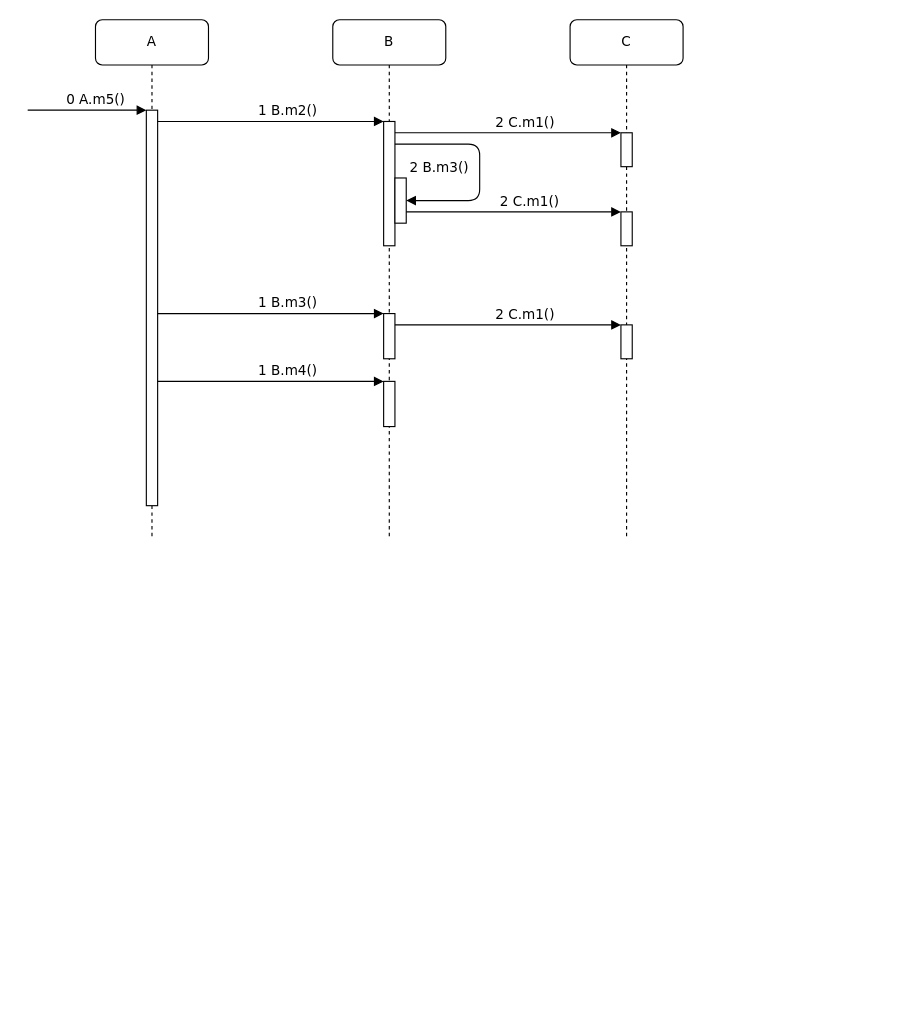
Earlier version of the draw.io diagram page "Página-7" (7 of 7) of diagrama de sequencia do sistema.drawio (LuizGustavoNascimeto/draw.io). Source tidied: cells renumbered, new cells numbered last; positions are measured from the earlier drawing's top-left corner, leaving out a move shared by most shapes. Both pictures are drawn from the tidied source at 113%, with x=0, y=0 at pixel (27, 19).
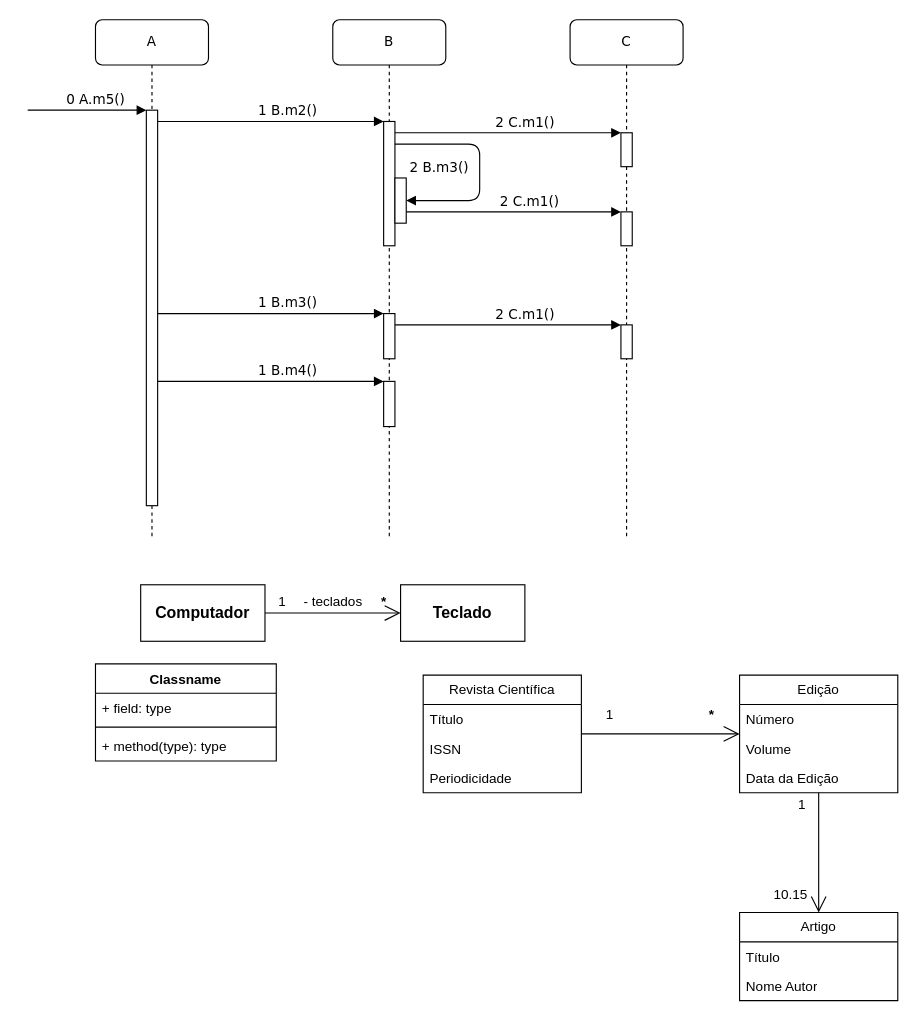
The same page after the edit.

The edit, as a diff of the source:
```diff
@@
+    <mxCell id="21" value="&lt;h3&gt;Teclado&lt;/h3&gt;" style="html=1;whiteSpace=wrap;" parent="1" vertex="1">
+      <mxGeometry x="330" y="500" width="110" height="50" as="geometry" />
+    </mxCell>
+    <mxCell id="22" value="&lt;h3&gt;Computador&lt;/h3&gt;" style="html=1;whiteSpace=wrap;" parent="1" vertex="1">
+      <mxGeometry x="100" y="500" width="110" height="50" as="geometry" />
+    </mxCell>
+    <mxCell id="23" style="group;" parent="1" vertex="1">
+      <mxGeometry x="210" y="500" width="120" height="30" as="geometry" />
+    </mxCell>
+    <mxCell id="24" style="endArrow=open;endFill=1;endSize=12;html=1;rounded=0;" parent="23" edge="1" source="22" target="21">
+      <mxGeometry relative="1" as="geometry" />
+    </mxCell>
+    <mxCell id="25" value="&lt;div align=&quot;center&quot;&gt;&lt;b&gt;*&lt;/b&gt;&lt;/div&gt;" style="text;html=1;align=center;verticalAlign=middle;strokeColor=none;fillColor=none;" parent="23" vertex="1">
+      <mxGeometry x="90" width="30" height="30" as="geometry" />
+    </mxCell>
+    <mxCell id="26" value="1" style="text;html=1;align=center;verticalAlign=middle;strokeColor=none;fillColor=none;" parent="23" vertex="1">
+      <mxGeometry width="30" height="30" as="geometry" />
+    </mxCell>
+    <mxCell id="27" value="&lt;div&gt;- teclados&lt;/div&gt;" style="text;html=1;align=center;verticalAlign=middle;strokeColor=none;fillColor=none;" parent="23" vertex="1">
+      <mxGeometry x="20" width="80" height="30" as="geometry" />
+    </mxCell>
+    <mxCell id="28" value="Revista Científica" style="swimlane;fontStyle=0;horizontal=1;startSize=26;fillColor=none;whiteSpace=wrap;html=1;" parent="1" vertex="1">
+      <mxGeometry x="350" y="580" width="140" height="104" as="geometry" />
+    </mxCell>
+    <mxCell id="29" value="Título" style="text;strokeColor=none;fillColor=none;align=left;verticalAlign=top;spacingLeft=4;spacingRight=4;overflow=hidden;whiteSpace=wrap;html=1;" parent="28" vertex="1">
+      <mxGeometry y="26" width="140" height="26" as="geometry" />
+    </mxCell>
+    <mxCell id="30" value="ISSN" style="text;strokeColor=none;fillColor=none;align=left;verticalAlign=top;spacingLeft=4;spacingRight=4;overflow=hidden;whiteSpace=wrap;html=1;" parent="28" vertex="1">
+      <mxGeometry y="52" width="140" height="26" as="geometry" />
+    </mxCell>
+    <mxCell id="31" value="Periodicidade" style="text;strokeColor=none;fillColor=none;align=left;verticalAlign=top;spacingLeft=4;spacingRight=4;overflow=hidden;whiteSpace=wrap;html=1;" parent="28" vertex="1">
+      <mxGeometry y="78" width="140" height="26" as="geometry" />
+    </mxCell>
+    <mxCell id="32" value="Classname" style="swimlane;fontStyle=1;align=center;verticalAlign=top;horizontal=1;startSize=26;whiteSpace=wrap;html=1;" parent="1" vertex="1">
+      <mxGeometry x="60" y="570" width="160" height="86" as="geometry" />
+    </mxCell>
+    <mxCell id="33" value="+ field: type" style="text;strokeColor=none;fillColor=none;align=left;verticalAlign=top;spacingLeft=4;spacingRight=4;overflow=hidden;whiteSpace=wrap;html=1;" parent="32" vertex="1">
+      <mxGeometry y="26" width="160" height="26" as="geometry" />
+    </mxCell>
+    <mxCell id="34" style="line;strokeWidth=1;fillColor=none;align=left;verticalAlign=middle;spacingTop=-1;spacingLeft=3;spacingRight=3;labelPosition=right;strokeColor=inherit;" parent="32" vertex="1">
+      <mxGeometry y="52" width="160" height="8" as="geometry" />
+    </mxCell>
+    <mxCell id="35" value="+ method(type): type" style="text;strokeColor=none;fillColor=none;align=left;verticalAlign=top;spacingLeft=4;spacingRight=4;overflow=hidden;whiteSpace=wrap;html=1;" parent="32" vertex="1">
+      <mxGeometry y="60" width="160" height="26" as="geometry" />
+    </mxCell>
+    <mxCell id="36" value="&lt;div&gt;Edição&lt;/div&gt;" style="swimlane;fontStyle=0;horizontal=1;startSize=26;fillColor=none;whiteSpace=wrap;html=1;" parent="1" vertex="1">
+      <mxGeometry x="630" y="580" width="140" height="104" as="geometry" />
+    </mxCell>
+    <mxCell id="37" value="Número" style="text;strokeColor=none;fillColor=none;align=left;verticalAlign=top;spacingLeft=4;spacingRight=4;overflow=hidden;whiteSpace=wrap;html=1;" parent="36" vertex="1">
+      <mxGeometry y="26" width="140" height="26" as="geometry" />
+    </mxCell>
+    <mxCell id="38" value="Volume" style="text;strokeColor=none;fillColor=none;align=left;verticalAlign=top;spacingLeft=4;spacingRight=4;overflow=hidden;whiteSpace=wrap;html=1;" parent="36" vertex="1">
+      <mxGeometry y="52" width="140" height="26" as="geometry" />
+    </mxCell>
+    <mxCell id="39" value="Data da Edição" style="text;strokeColor=none;fillColor=none;align=left;verticalAlign=top;spacingLeft=4;spacingRight=4;overflow=hidden;whiteSpace=wrap;html=1;" parent="36" vertex="1">
+      <mxGeometry y="78" width="140" height="26" as="geometry" />
+    </mxCell>
+    <mxCell id="40" style="group;" parent="1" vertex="1">
+      <mxGeometry x="500" y="600" width="120" height="35" as="geometry" />
+    </mxCell>
+    <mxCell id="41" value="&lt;div align=&quot;center&quot;&gt;&lt;b&gt;*&lt;/b&gt;&lt;/div&gt;" style="text;html=1;align=center;verticalAlign=middle;strokeColor=none;fillColor=none;" parent="40" vertex="1">
+      <mxGeometry x="90" width="30" height="30" as="geometry" />
+    </mxCell>
+    <mxCell id="42" value="1" style="text;html=1;align=center;verticalAlign=middle;strokeColor=none;fillColor=none;" parent="40" vertex="1">
+      <mxGeometry width="30" height="30" as="geometry" />
+    </mxCell>
+    <mxCell id="43" style="endArrow=open;endFill=1;endSize=12;html=1;rounded=0;" parent="1" edge="1" source="28" target="36">
+      <mxGeometry relative="1" as="geometry" />
+    </mxCell>
+    <mxCell id="44" value="Artigo" style="swimlane;fontStyle=0;horizontal=1;startSize=26;fillColor=none;whiteSpace=wrap;html=1;" parent="1" vertex="1">
+      <mxGeometry x="630" y="790" width="140" height="78" as="geometry" />
+    </mxCell>
+    <mxCell id="45" value="Título" style="text;strokeColor=none;fillColor=none;align=left;verticalAlign=top;spacingLeft=4;spacingRight=4;overflow=hidden;whiteSpace=wrap;html=1;" parent="44" vertex="1">
+      <mxGeometry y="26" width="140" height="26" as="geometry" />
+    </mxCell>
+    <mxCell id="46" value="Nome Autor" style="text;strokeColor=none;fillColor=none;align=left;verticalAlign=top;spacingLeft=4;spacingRight=4;overflow=hidden;whiteSpace=wrap;html=1;" parent="44" vertex="1">
+      <mxGeometry y="52" width="140" height="26" as="geometry" />
+    </mxCell>
+    <mxCell id="47" style="endArrow=open;endFill=1;endSize=12;html=1;rounded=0;" parent="1" edge="1" source="36" target="44">
+      <mxGeometry relative="1" as="geometry" />
+    </mxCell>
+    <mxCell id="48" value="1" style="text;html=1;align=center;verticalAlign=middle;strokeColor=none;fillColor=none;" parent="1" vertex="1">
+      <mxGeometry x="670" y="680" width="30" height="30" as="geometry" />
+    </mxCell>
+    <mxCell id="49" value="10.15" style="text;html=1;align=center;verticalAlign=middle;strokeColor=none;fillColor=none;" parent="1" vertex="1">
+      <mxGeometry x="650" y="760" width="50" height="30" as="geometry" />
+    </mxCell>
```
